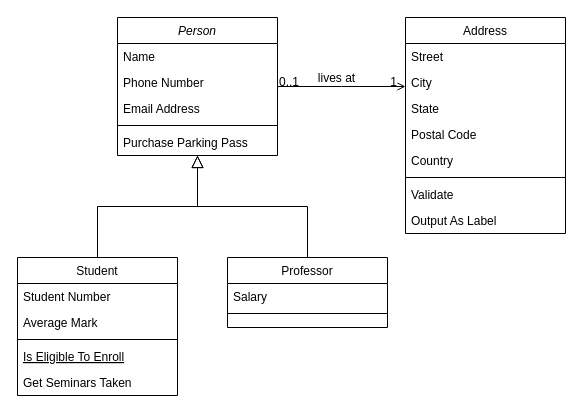
Earlier version of the draw.io diagram page "Page-1" (1 of 3) of Untitled Diagram.drawio (dpeter1290/riesgoseincidentesSST). Source tidied: cells renumbered, new cells numbered last; positions are measured from the earlier drawing's top-left corner, leaving out a move shared by most shapes. Both pictures are drawn from the tidied source at 100%, with x=0, y=0 at pixel (17, 17).
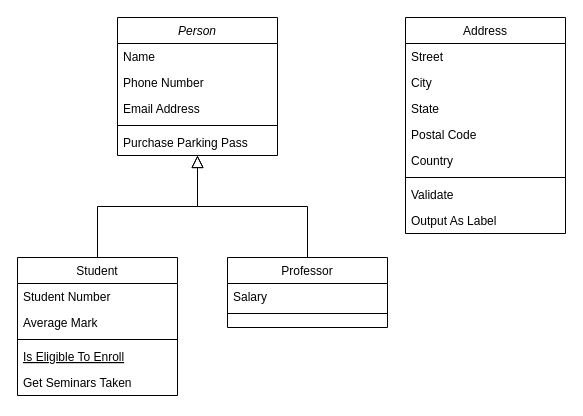
After the change.

Commit message:
Diagrama de Clases

Unchanged cells that the change refers to:
```xml
<mxCell id="2" value="Person" style="swimlane;fontStyle=2;align=center;verticalAlign=top;horizontal=1;startSize=26;rounded=0;shadow=0;strokeWidth=1;" parent="1" vertex="1">
  <mxGeometry x="100" width="160" height="138" as="geometry" />
</mxCell>
<mxCell id="19" value="Address" style="swimlane;fontStyle=0;align=center;verticalAlign=top;horizontal=1;startSize=26;rounded=0;shadow=0;strokeWidth=1;" parent="1" vertex="1">
  <mxGeometry x="388" width="160" height="216" as="geometry" />
</mxCell>
```

The edit, as a diff of the source:
```diff
@@
-    <mxCell id="28" style="endArrow=open;shadow=0;strokeWidth=1;rounded=0;endFill=1;edgeStyle=elbowEdgeStyle;elbow=vertical;" parent="1" edge="1" source="2" target="19">
-      <mxGeometry x="0.5" y="41" relative="1" as="geometry">
-        <mxPoint x="-40" y="32" as="offset" />
-      </mxGeometry>
-    </mxCell>
-    <mxCell id="29" value="0..1" style="align=left;verticalAlign=bottom;labelBackgroundColor=none;fontSize=12;" parent="28" vertex="1">
-      <mxGeometry x="-1" relative="1" as="geometry">
-        <mxPoint y="4" as="offset" />
-      </mxGeometry>
-    </mxCell>
-    <mxCell id="30" value="1" style="align=right;verticalAlign=bottom;labelBackgroundColor=none;fontSize=12;" parent="28" vertex="1">
-      <mxGeometry x="1" relative="1" as="geometry">
-        <mxPoint x="-7" y="4" as="offset" />
-      </mxGeometry>
-    </mxCell>
-    <mxCell id="31" value="lives at" style="text;html=1;align=center;verticalAlign=middle;labelBackgroundColor=none;rounded=0;shadow=0;strokeWidth=1;fontSize=12;" parent="28" vertex="1">
-      <mxGeometry x="0.5" y="49" relative="1" as="geometry">
-        <mxPoint x="-38" y="40" as="offset" />
-      </mxGeometry>
-    </mxCell>
```
